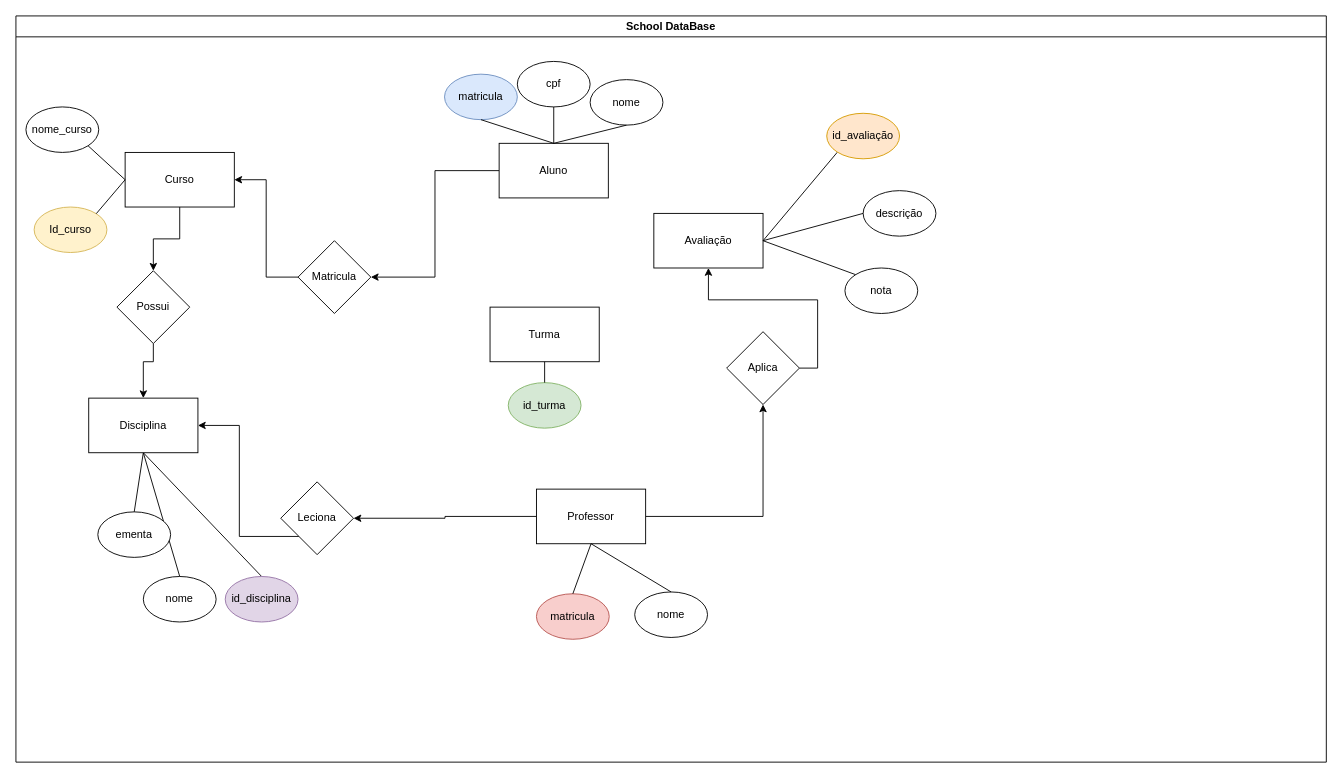
LioMezini/DBschool keeps this draw.io diagram as DBschool.drawio. Above is the earlier version. Source tidied: cells renumbered, new cells numbered last; positions are measured from the earlier drawing's top-left corner, leaving out a move shared by most shapes. Both pictures are drawn from the tidied source at 91%, with x=0, y=0 at pixel (15, 15).
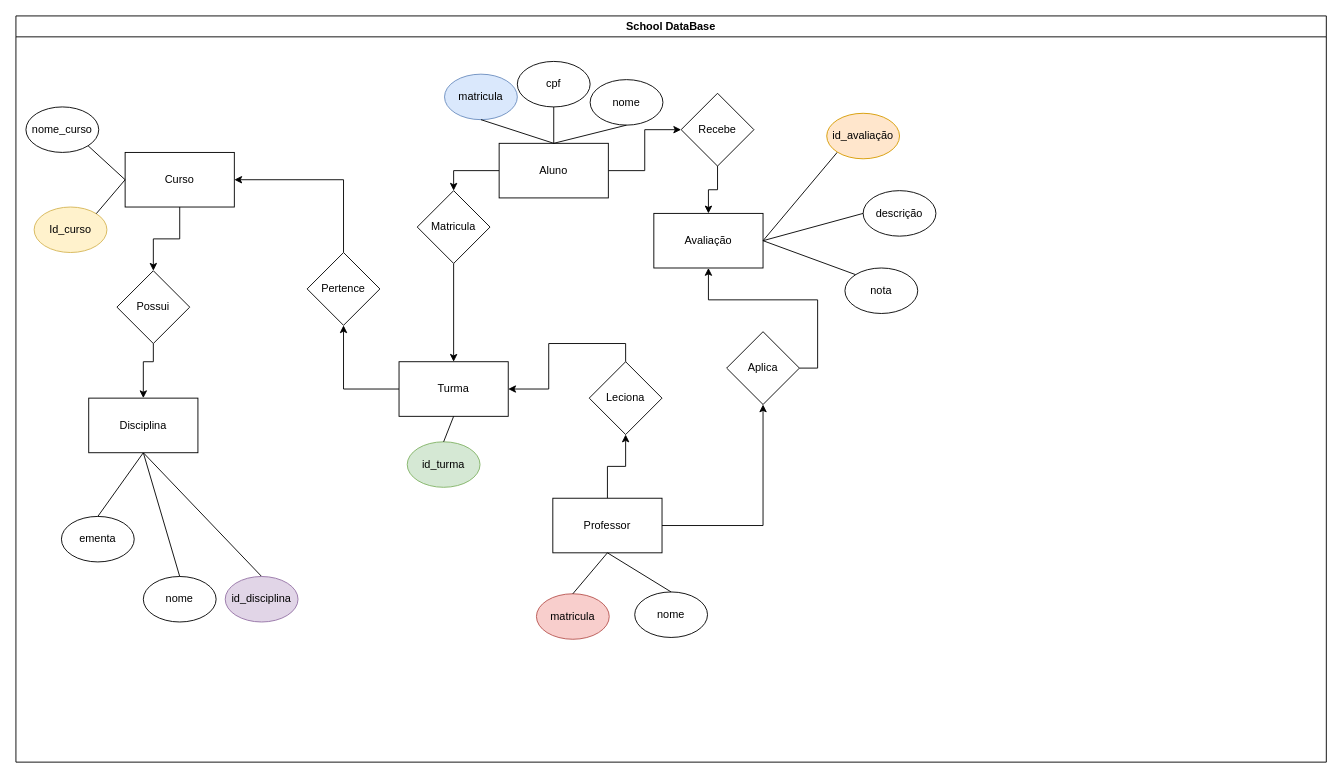
The same page after the edit.

Unchanged cells that the change refers to:
```xml
<mxCell id="2" value="School DataBase" style="swimlane;whiteSpace=wrap;" parent="1" vertex="1">
  <mxGeometry width="1440" height="820" as="geometry" />
</mxCell>
<mxCell id="4" value="Curso" style="rounded=0;whiteSpace=wrap;html=1;" parent="2" vertex="1">
  <mxGeometry x="120" y="150" width="120" height="60" as="geometry" />
</mxCell>
<mxCell id="6" value="Aluno" style="rounded=0;whiteSpace=wrap;html=1;" parent="2" vertex="1">
  <mxGeometry x="531" y="140" width="120" height="60" as="geometry" />
</mxCell>
<mxCell id="7" value="Avaliação" style="rounded=0;whiteSpace=wrap;html=1;" parent="2" vertex="1">
  <mxGeometry x="701" y="217" width="120" height="60" as="geometry" />
</mxCell>
<mxCell id="39" value="Disciplina" style="rounded=0;whiteSpace=wrap;html=1;" parent="2" vertex="1">
  <mxGeometry x="80" y="420" width="120" height="60" as="geometry" />
</mxCell>
```

Diff of the diagram source:
```diff
@@
-    <mxCell id="5" style="edgeStyle=orthogonalEdgeStyle;rounded=0;jettySize=auto;html=1;entryX=1;entryY=0.5;entryDx=0;entryDy=0;exitX=0;exitY=0.5;exitDx=0;exitDy=0;" parent="2" edge="1" source="6" target="37">
+    <mxCell id="5" style="edgeStyle=orthogonalEdgeStyle;rounded=0;jettySize=auto;html=1;entryX=0.5;entryY=0;entryDx=0;entryDy=0;exitX=0;exitY=0.5;exitDx=0;exitDy=0;" parent="2" edge="1" source="6" target="37">
       <mxGeometry relative="1" as="geometry" />
     </mxCell>
+    <mxCell id="49" style="edgeStyle=orthogonalEdgeStyle;rounded=0;jettySize=auto;html=1;" parent="2" edge="1" source="6" target="53">
+      <mxGeometry relative="1" as="geometry" />
+    </mxCell>
@@
+    <mxCell id="50" style="edgeStyle=orthogonalEdgeStyle;rounded=0;jettySize=auto;html=1;" parent="2" edge="1" source="8" target="55">
+      <mxGeometry relative="1" as="geometry" />
+    </mxCell>
     <mxCell id="8" value="Turma" style="rounded=0;whiteSpace=wrap;html=1;" parent="2" vertex="1">
-      <mxGeometry x="521" y="320" width="120" height="60" as="geometry" />
+      <mxGeometry x="421" y="380" width="120" height="60" as="geometry" />
     </mxCell>
@@
     <mxCell id="11" value="Professor" style="rounded=0;whiteSpace=wrap;html=1;" parent="2" vertex="1">
-      <mxGeometry x="572" y="520" width="120" height="60" as="geometry" />
+      <mxGeometry x="590" y="530" width="120" height="60" as="geometry" />
     </mxCell>
@@
     <mxCell id="19" value="id_turma" style="ellipse;whiteSpace=wrap;html=1;fillColor=#d5e8d4;strokeColor=#82b366;" parent="2" vertex="1">
-      <mxGeometry x="541" y="403" width="80" height="50" as="geometry" />
+      <mxGeometry x="430" y="468" width="80" height="50" as="geometry" />
     </mxCell>
@@
-    <mxCell id="36" style="edgeStyle=orthogonalEdgeStyle;rounded=0;jettySize=auto;html=1;exitX=0;exitY=0.5;exitDx=0;exitDy=0;entryX=1;entryY=0.5;entryDx=0;entryDy=0;" parent="2" edge="1" source="37" target="4">
-      <mxGeometry relative="1" as="geometry" />
-    </mxCell>
+    <mxCell id="51" style="edgeStyle=orthogonalEdgeStyle;rounded=0;jettySize=auto;html=1;exitX=0.5;exitY=1;exitDx=0;exitDy=0;entryX=0.5;entryY=0;entryDx=0;entryDy=0;" parent="2" edge="1" source="37" target="8">
+      <mxGeometry relative="1" as="geometry" />
+    </mxCell>
     <mxCell id="37" value="Matricula" style="rhombus;whiteSpace=wrap;html=1;" parent="2" vertex="1">
-      <mxGeometry x="310" y="247" width="80" height="80" as="geometry" />
+      <mxGeometry x="441" y="192" width="80" height="80" as="geometry" />
     </mxCell>
@@
     <mxCell id="40" value="ementa" style="ellipse;whiteSpace=wrap;html=1;" parent="2" vertex="1">
-      <mxGeometry x="90" y="545" width="80" height="50" as="geometry" />
+      <mxGeometry x="50" y="550" width="80" height="50" as="geometry" />
     </mxCell>
@@
-    <mxCell id="45" style="edgeStyle=orthogonalEdgeStyle;rounded=0;jettySize=auto;html=1;exitX=0;exitY=1;exitDx=0;exitDy=0;entryX=1;entryY=0.5;entryDx=0;entryDy=0;" parent="2" edge="1" source="46" target="39">
-      <mxGeometry relative="1" as="geometry" />
-    </mxCell>
-    <mxCell id="46" value="Leciona" style="rhombus;whiteSpace=wrap;html=1;rounded=0;" parent="2" vertex="1">
-      <mxGeometry x="291" y="512" width="80" height="80" as="geometry" />
-    </mxCell>
@@
+    <mxCell id="52" style="edgeStyle=orthogonalEdgeStyle;rounded=0;jettySize=auto;html=1;exitX=0.5;exitY=1;exitDx=0;exitDy=0;entryX=0.5;entryY=0;entryDx=0;entryDy=0;" parent="2" edge="1" source="53" target="7">
+      <mxGeometry relative="1" as="geometry" />
+    </mxCell>
+    <mxCell id="53" value="Recebe" style="rhombus;whiteSpace=wrap;html=1;rounded=0;" parent="2" vertex="1">
+      <mxGeometry x="731" y="85" width="80" height="80" as="geometry" />
+    </mxCell>
+    <mxCell id="54" style="edgeStyle=orthogonalEdgeStyle;rounded=0;jettySize=auto;html=1;exitX=0.5;exitY=0;exitDx=0;exitDy=0;entryX=1;entryY=0.5;entryDx=0;entryDy=0;" parent="2" edge="1" source="55" target="4">
+      <mxGeometry relative="1" as="geometry" />
+    </mxCell>
+    <mxCell id="55" value="Pertence" style="rhombus;whiteSpace=wrap;html=1;rounded=0;" parent="2" vertex="1">
+      <mxGeometry x="320" y="260" width="80" height="80" as="geometry" />
+    </mxCell>
+    <mxCell id="56" style="edgeStyle=orthogonalEdgeStyle;rounded=0;jettySize=auto;html=1;exitX=0.5;exitY=0;exitDx=0;exitDy=0;entryX=1;entryY=0.5;entryDx=0;entryDy=0;" parent="2" edge="1" source="46" target="8">
+      <mxGeometry relative="1" as="geometry" />
+    </mxCell>
+    <mxCell id="46" value="Leciona" style="rhombus;whiteSpace=wrap;html=1;rounded=0;" parent="2" vertex="1">
+      <mxGeometry x="630" y="380" width="80" height="80" as="geometry" />
+    </mxCell>
```
